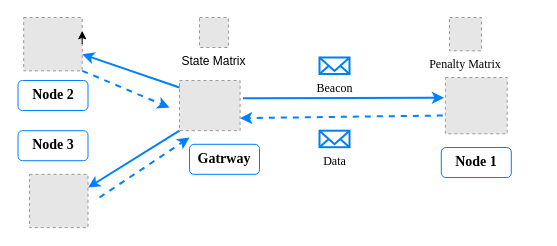
The draw.io diagram page "第 2 页" (2 of 2) of overview.drawio in Haowang2020/draw, before the edit. Source tidied: cells renumbered, new cells numbered last; positions are measured from the earlier drawing's top-left corner, leaving out a move shared by most shapes. Both pictures are drawn from the tidied source at 100%, with x=0, y=0 at pixel (17, 17). Pictures stored in the file or linked from it are replaced by grey dashed boxes.
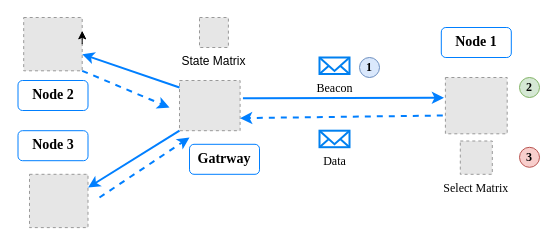
Above is the later version.

Change to the diagram source:
```diff
@@
     <mxCell id="13" value="&lt;font style=&quot;font-size: 14px;&quot; face=&quot;Times New Roman&quot;&gt;&lt;b&gt;Node 1&lt;/b&gt;&lt;/font&gt;" style="rounded=1;whiteSpace=wrap;html=1;strokeColor=#007FFF;" parent="1" vertex="1">
-      <mxGeometry x="423.8" y="130" width="70" height="30" as="geometry" />
+      <mxGeometry x="423.8" y="10" width="70" height="30" as="geometry" />
     </mxCell>
@@
-    <mxCell id="17" value="Penalty Matrix" style="fillColor=#E6E6E6;strokeColor=#999999;dashed=1;verticalLabelPosition=bottom;labelBackgroundColor=default;verticalAlign=top;fontFamily=Times New Roman;" parent="1" vertex="1">
-      <mxGeometry x="432" width="32" height="33.3" as="geometry" />
+    <mxCell id="17" value="Select Matrix" style="fillColor=#E6E6E6;strokeColor=#999999;dashed=1;verticalLabelPosition=bottom;labelBackgroundColor=default;verticalAlign=top;fontFamily=Times New Roman;" parent="1" vertex="1">
+      <mxGeometry x="442.8" y="123.5" width="32" height="33.3" as="geometry" />
     </mxCell>
@@
+    <mxCell id="21" value="&lt;font face=&quot;Times New Roman&quot;&gt;&lt;b&gt;1&lt;/b&gt;&lt;/font&gt;" style="ellipse;whiteSpace=wrap;html=1;fillColor=#dae8fc;strokeColor=#6c8ebf;" parent="1" vertex="1">
+      <mxGeometry x="342" y="40" width="20" height="20" as="geometry" />
+    </mxCell>
+    <mxCell id="22" value="&lt;font face=&quot;Times New Roman&quot;&gt;&lt;b&gt;2&lt;/b&gt;&lt;/font&gt;" style="ellipse;whiteSpace=wrap;html=1;fillColor=#d5e8d4;strokeColor=#82b366;" parent="1" vertex="1">
+      <mxGeometry x="502" y="60" width="20" height="20" as="geometry" />
+    </mxCell>
+    <mxCell id="23" value="&lt;font face=&quot;Times New Roman&quot;&gt;&lt;b&gt;3&lt;/b&gt;&lt;/font&gt;" style="ellipse;whiteSpace=wrap;html=1;fillColor=#f8cecc;strokeColor=#b85450;" parent="1" vertex="1">
+      <mxGeometry x="502" y="129.8" width="20" height="20" as="geometry" />
+    </mxCell>
```
